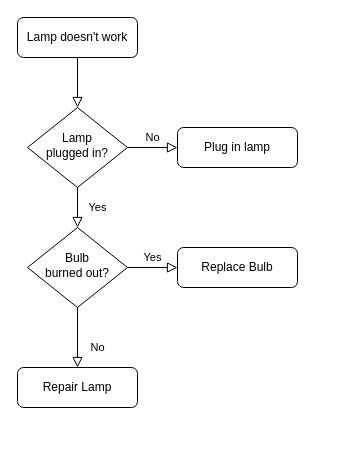
Above: Untitled Diagram.drawio in ZestyBuddha/TurtleCrossing (draw.io), before the change. Source tidied: cells renumbered, new cells numbered last; positions are measured from the earlier drawing's top-left corner, leaving out a move shared by most shapes. Both pictures are drawn from the tidied source at 100%, with x=0, y=0 at pixel (17, 17).
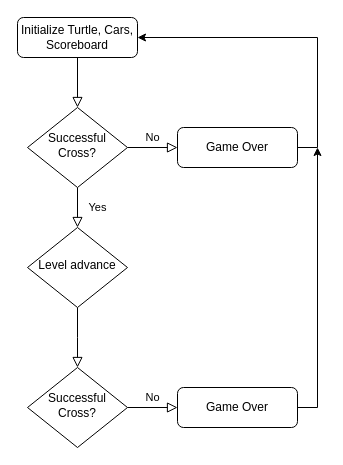
The same diagram, later.

The edit, as a diff of the source:
```diff
@@
 <mxGraphModel>
   <root>
     <mxCell id="0" />
     <mxCell id="1" parent="0" />
     <mxCell id="2" style="rounded=0;html=1;jettySize=auto;fontSize=11;endArrow=block;endFill=0;endSize=8;strokeWidth=1;shadow=0;labelBackgroundColor=none;edgeStyle=orthogonalEdgeStyle;" parent="1" edge="1" source="3" target="6">
       <mxGeometry relative="1" as="geometry" />
     </mxCell>
-    <mxCell id="3" value="Lamp doesn't work" style="rounded=1;whiteSpace=wrap;html=1;fontSize=12;glass=0;strokeWidth=1;shadow=0;" parent="1" vertex="1">
+    <mxCell id="3" value="Initialize Turtle, Cars, Scoreboard" style="rounded=1;whiteSpace=wrap;html=1;fontSize=12;glass=0;strokeWidth=1;shadow=0;" parent="1" vertex="1">
       <mxGeometry width="120" height="40" as="geometry" />
     </mxCell>
     <mxCell id="4" value="Yes" style="rounded=0;html=1;jettySize=auto;fontSize=11;endArrow=block;endFill=0;endSize=8;strokeWidth=1;shadow=0;labelBackgroundColor=none;edgeStyle=orthogonalEdgeStyle;" parent="1" edge="1" source="6" target="10">
       <mxGeometry y="20" relative="1" as="geometry" />
     </mxCell>
     <mxCell id="5" value="No" style="edgeStyle=orthogonalEdgeStyle;rounded=0;html=1;jettySize=auto;fontSize=11;endArrow=block;endFill=0;endSize=8;strokeWidth=1;shadow=0;labelBackgroundColor=none;" parent="1" edge="1" source="6" target="7">
       <mxGeometry y="10" relative="1" as="geometry" />
     </mxCell>
-    <mxCell id="6" value="Lamp&lt;br&gt;plugged in?" style="rhombus;whiteSpace=wrap;html=1;shadow=0;fontFamily=Helvetica;fontSize=12;align=center;strokeWidth=1;spacing=6;spacingTop=-4;" parent="1" vertex="1">
+    <mxCell id="6" value="Successful Cross?" style="rhombus;whiteSpace=wrap;html=1;shadow=0;fontFamily=Helvetica;fontSize=12;align=center;strokeWidth=1;spacing=6;spacingTop=-4;" parent="1" vertex="1">
       <mxGeometry x="10" y="90" width="100" height="80" as="geometry" />
     </mxCell>
+    <mxCell id="13" style="edgeStyle=orthogonalEdgeStyle;rounded=0;jettySize=auto;html=1;exitX=1;exitY=0.5;exitDx=0;exitDy=0;entryX=1;entryY=0.5;entryDx=0;entryDy=0;" parent="1" edge="1" source="7" target="3">
+      <mxGeometry relative="1" as="geometry" />
+    </mxCell>
-    <mxCell id="7" value="Plug in lamp" style="rounded=1;whiteSpace=wrap;html=1;fontSize=12;glass=0;strokeWidth=1;shadow=0;" parent="1" vertex="1">
+    <mxCell id="7" value="Game Over" style="rounded=1;whiteSpace=wrap;html=1;fontSize=12;glass=0;strokeWidth=1;shadow=0;" parent="1" vertex="1">
       <mxGeometry x="160" y="110" width="120" height="40" as="geometry" />
     </mxCell>
-    <mxCell id="8" value="No" style="rounded=0;html=1;jettySize=auto;fontSize=11;endArrow=block;endFill=0;endSize=8;strokeWidth=1;shadow=0;labelBackgroundColor=none;edgeStyle=orthogonalEdgeStyle;" parent="1" edge="1" source="10" target="11">
-      <mxGeometry x="0.33" y="20" relative="1" as="geometry" />
+    <mxCell id="8" style="rounded=0;html=1;jettySize=auto;fontSize=11;endArrow=block;endFill=0;endSize=8;strokeWidth=1;shadow=0;labelBackgroundColor=none;edgeStyle=orthogonalEdgeStyle;" parent="1" edge="1" source="10">
+      <mxGeometry x="0.33" y="20" relative="1" as="geometry">
+        <mxPoint x="60" y="350" as="targetPoint" />
+      </mxGeometry>
     </mxCell>
-    <mxCell id="9" value="Yes" style="edgeStyle=orthogonalEdgeStyle;rounded=0;html=1;jettySize=auto;fontSize=11;endArrow=block;endFill=0;endSize=8;strokeWidth=1;shadow=0;labelBackgroundColor=none;" parent="1" edge="1" source="10" target="12">
-      <mxGeometry y="10" relative="1" as="geometry" />
-    </mxCell>
-    <mxCell id="10" value="Bulb&lt;br&gt;burned out?" style="rhombus;whiteSpace=wrap;html=1;shadow=0;fontFamily=Helvetica;fontSize=12;align=center;strokeWidth=1;spacing=6;spacingTop=-4;" parent="1" vertex="1">
+    <mxCell id="10" value="Level advance" style="rhombus;whiteSpace=wrap;html=1;shadow=0;fontFamily=Helvetica;fontSize=12;align=center;strokeWidth=1;spacing=6;spacingTop=-4;" parent="1" vertex="1">
       <mxGeometry x="10" y="210" width="100" height="80" as="geometry" />
     </mxCell>
-    <mxCell id="11" value="Repair Lamp" style="rounded=1;whiteSpace=wrap;html=1;fontSize=12;glass=0;strokeWidth=1;shadow=0;" parent="1" vertex="1">
-      <mxGeometry y="350" width="120" height="40" as="geometry" />
-    </mxCell>
-    <mxCell id="12" value="Replace Bulb" style="rounded=1;whiteSpace=wrap;html=1;fontSize=12;glass=0;strokeWidth=1;shadow=0;" parent="1" vertex="1">
-      <mxGeometry x="160" y="230" width="120" height="40" as="geometry" />
-    </mxCell>
+    <mxCell id="14" value="No" style="edgeStyle=orthogonalEdgeStyle;rounded=0;html=1;jettySize=auto;fontSize=11;endArrow=block;endFill=0;endSize=8;strokeWidth=1;shadow=0;labelBackgroundColor=none;" parent="1" edge="1" source="15" target="16">
+      <mxGeometry y="10" relative="1" as="geometry" />
+    </mxCell>
+    <mxCell id="15" value="Successful Cross?" style="rhombus;whiteSpace=wrap;html=1;shadow=0;fontFamily=Helvetica;fontSize=12;align=center;strokeWidth=1;spacing=6;spacingTop=-4;" parent="1" vertex="1">
+      <mxGeometry x="10" y="350" width="100" height="80" as="geometry" />
+    </mxCell>
+    <mxCell id="16" value="Game Over" style="rounded=1;whiteSpace=wrap;html=1;fontSize=12;glass=0;strokeWidth=1;shadow=0;" parent="1" vertex="1">
+      <mxGeometry x="160" y="370" width="120" height="40" as="geometry" />
+    </mxCell>
+    <mxCell id="17" style="endArrow=classic;html=1;rounded=0;exitX=1;exitY=0.5;exitDx=0;exitDy=0;" parent="1" edge="1" source="16">
+      <mxGeometry relative="1" as="geometry">
+        <mxPoint x="300" y="130" as="targetPoint" />
+        <Array as="points">
+          <mxPoint x="300" y="390" />
+        </Array>
+      </mxGeometry>
+    </mxCell>
   </root>
 </mxGraphModel>
```
